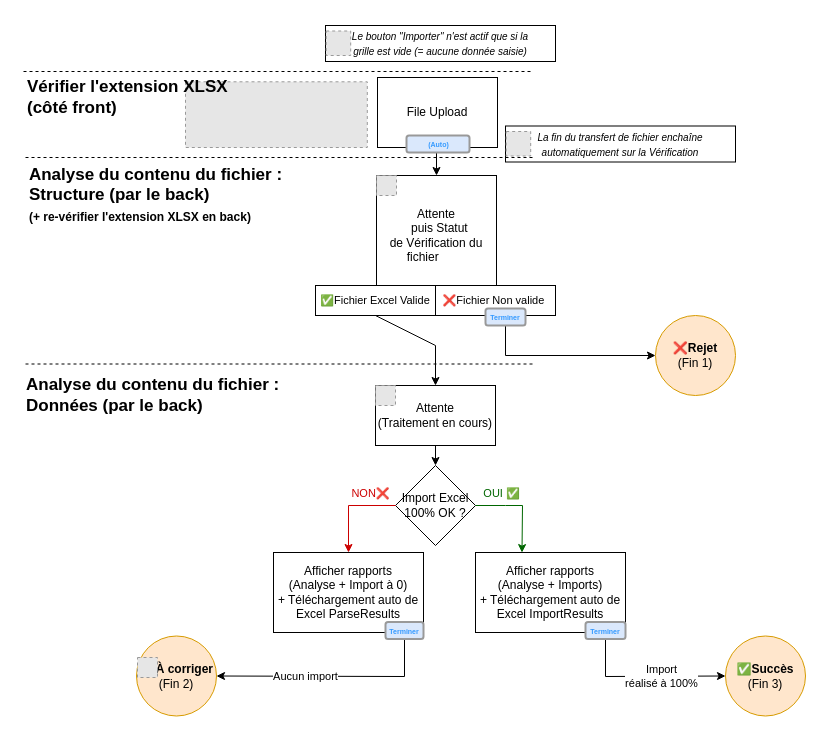
xarich/XRIPersonalWiki keeps this draw.io diagram as Spécifications/Copy of Import Excel - Diagram d'enchaînement des écrans.drawio. Above is the earlier version. Source tidied: cells renumbered, new cells numbered last; positions are measured from the earlier drawing's top-left corner, leaving out a move shared by most shapes. Both pictures are drawn from the tidied source at 100%, with x=0, y=0 at pixel (23, 25). Pictures stored in the file or linked from it are replaced by grey dashed boxes.
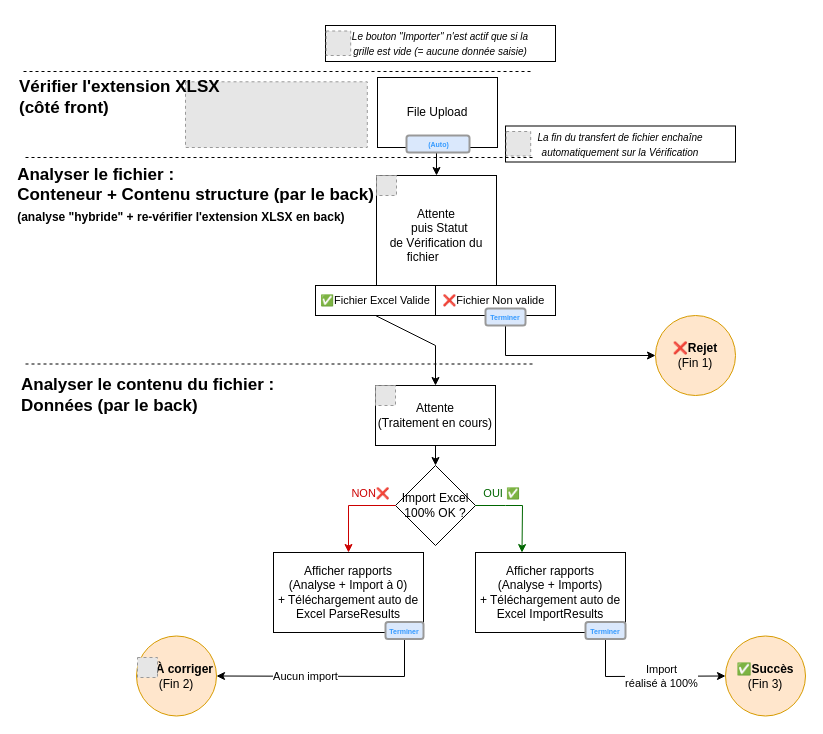
The same diagram, later.

The edit, as a diff of the source:
```diff
@@
-    <mxCell id="36" value="&lt;div style=&quot;text-align: left&quot;&gt;&lt;span&gt;Analyse du contenu du fichier :&lt;/span&gt;&lt;/div&gt;&lt;div style=&quot;text-align: left&quot;&gt;&lt;span&gt;Structure&amp;nbsp;&lt;/span&gt;(par le back)&lt;span&gt;&lt;br&gt;&lt;/span&gt;&lt;/div&gt;&lt;div style=&quot;text-align: left&quot;&gt;&lt;span style=&quot;font-size: 12px&quot;&gt;(+ re-vérifier l'extension XLSX en&amp;nbsp;&lt;/span&gt;&lt;span style=&quot;font-size: 12px&quot;&gt;back)&lt;/span&gt;&lt;/div&gt;" style="text;strokeColor=none;fillColor=none;html=1;fontSize=17;fontStyle=1;verticalAlign=middle;align=center;" parent="1" vertex="1">
-      <mxGeometry x="81" y="150" width="102" height="40" as="geometry" />
+    <mxCell id="36" value="&lt;div style=&quot;text-align: left&quot;&gt;&lt;span&gt;Analyser le fichier :&lt;/span&gt;&lt;/div&gt;&lt;div style=&quot;text-align: left&quot;&gt;&lt;span&gt;Conteneur + Contenu structure&amp;nbsp;&lt;/span&gt;(par le back)&lt;span&gt;&lt;br&gt;&lt;/span&gt;&lt;/div&gt;&lt;div style=&quot;text-align: left&quot;&gt;&lt;span style=&quot;font-size: 12px&quot;&gt;(analyse &quot;hybride&quot; + re-vérifier l'extension XLSX en&amp;nbsp;&lt;/span&gt;&lt;span style=&quot;font-size: 12px&quot;&gt;back)&lt;/span&gt;&lt;/div&gt;" style="text;strokeColor=none;fillColor=none;html=1;fontSize=17;fontStyle=1;verticalAlign=middle;align=center;" parent="1" vertex="1">
+      <mxGeometry x="121" y="150" width="102" height="40" as="geometry" />
     </mxCell>
-    <mxCell id="37" value="Analyse&amp;nbsp;du contenu du fichier :&lt;br&gt;Données&amp;nbsp;(par le back)" style="text;strokeColor=none;fillColor=none;html=1;fontSize=17;fontStyle=1;verticalAlign=middle;align=left;" parent="1" vertex="1">
-      <mxGeometry x="1" y="350" width="100" height="40" as="geometry" />
+    <mxCell id="37" value="Analyser le contenu du fichier :&lt;br&gt;Données&amp;nbsp;(par le back)" style="text;strokeColor=none;fillColor=none;html=1;fontSize=17;fontStyle=1;verticalAlign=middle;align=left;" parent="1" vertex="1">
+      <mxGeometry x="-4" y="350" width="100" height="40" as="geometry" />
     </mxCell>
@@
     <mxCell id="39" value="Vérifier l'extension XLSX&lt;br&gt;(côté front)" style="text;strokeColor=none;fillColor=none;html=1;fontSize=17;fontStyle=1;verticalAlign=middle;align=left;" parent="1" vertex="1">
-      <mxGeometry x="2" y="50" width="99" height="43.5" as="geometry" />
+      <mxGeometry x="-6" y="50" width="99" height="43.5" as="geometry" />
     </mxCell>
```
